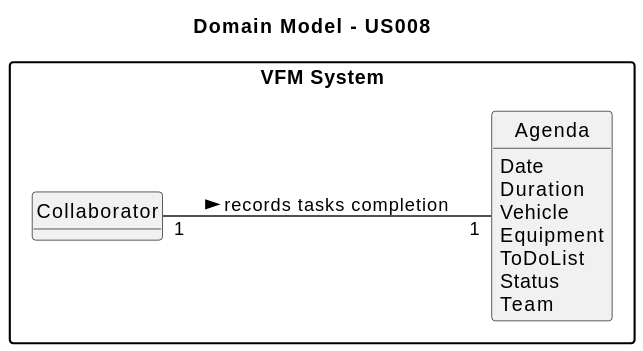
This is docs/sprintC/us029/02.analysis/svg/us029-domain-model-Domain_Model___US029.svg from SAEmanuel/Green_Spaces_Management_ISEP, a PlantUML export, as it was before one commit.
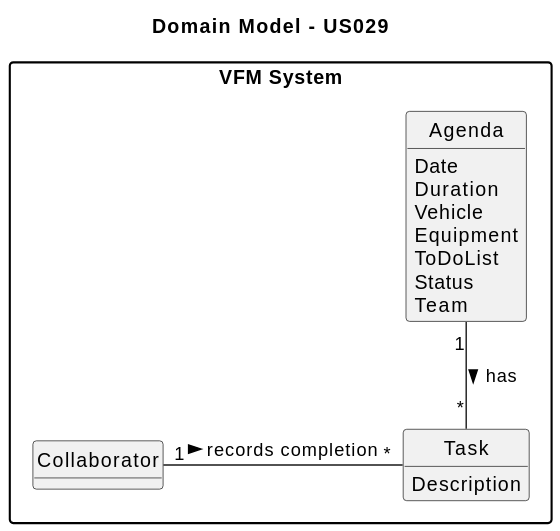
After the change.

Change to the diagram source:
```diff
@@ -3,7 +3,6 @@
 skinparam packageStyle rectangle
 skinparam shadowing false
 
-left to right direction
 
 skinparam classAttributeIconSize 0
 
@@ -11,7 +10,7 @@
 hide methods
 package "VFM System" {
 
-title Domain Model - US008
+title Domain Model - US029
 
 
 
@@ -28,9 +27,14 @@
          Team
 }
 
+class Task{
+        Description
+}
 
 
 
 
-Collaborator "1" -- "1" Agenda : records tasks completion >
+
+Agenda "1" -- "*" Task : has >
+Collaborator "1" - "*" Task : records completion >
 @enduml
```
